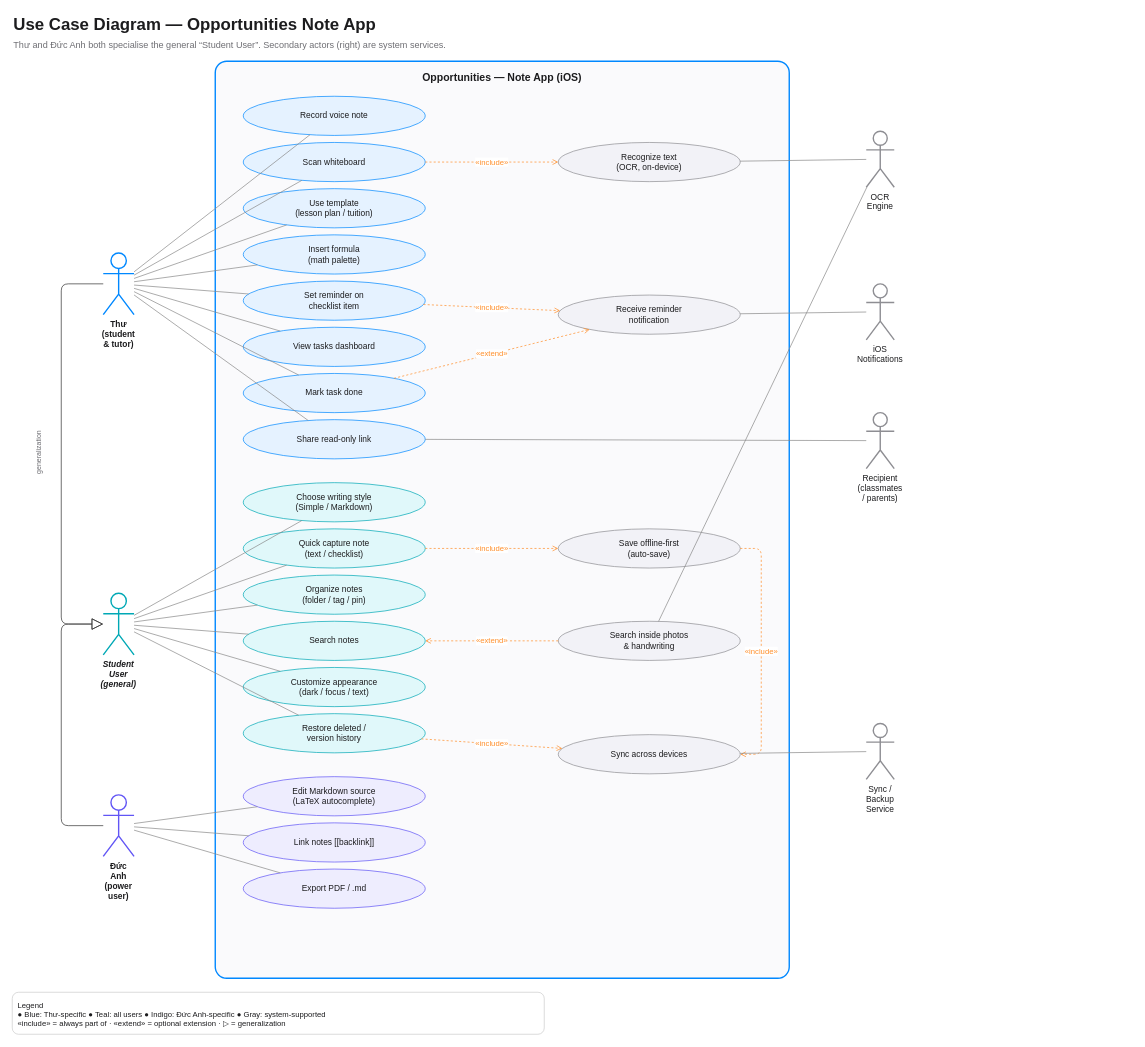
Above: page "1. Use Case" (1 of 9) of Opportunities-HCI-diagrams.drawio in AkioCkist/hci (draw.io), before the change. Source tidied: cells renumbered, new cells numbered last; positions are measured from the earlier drawing's top-left corner, leaving out a move shared by most shapes. Both pictures are drawn from the tidied source at 70%, with x=0, y=0 at pixel (12, 12).
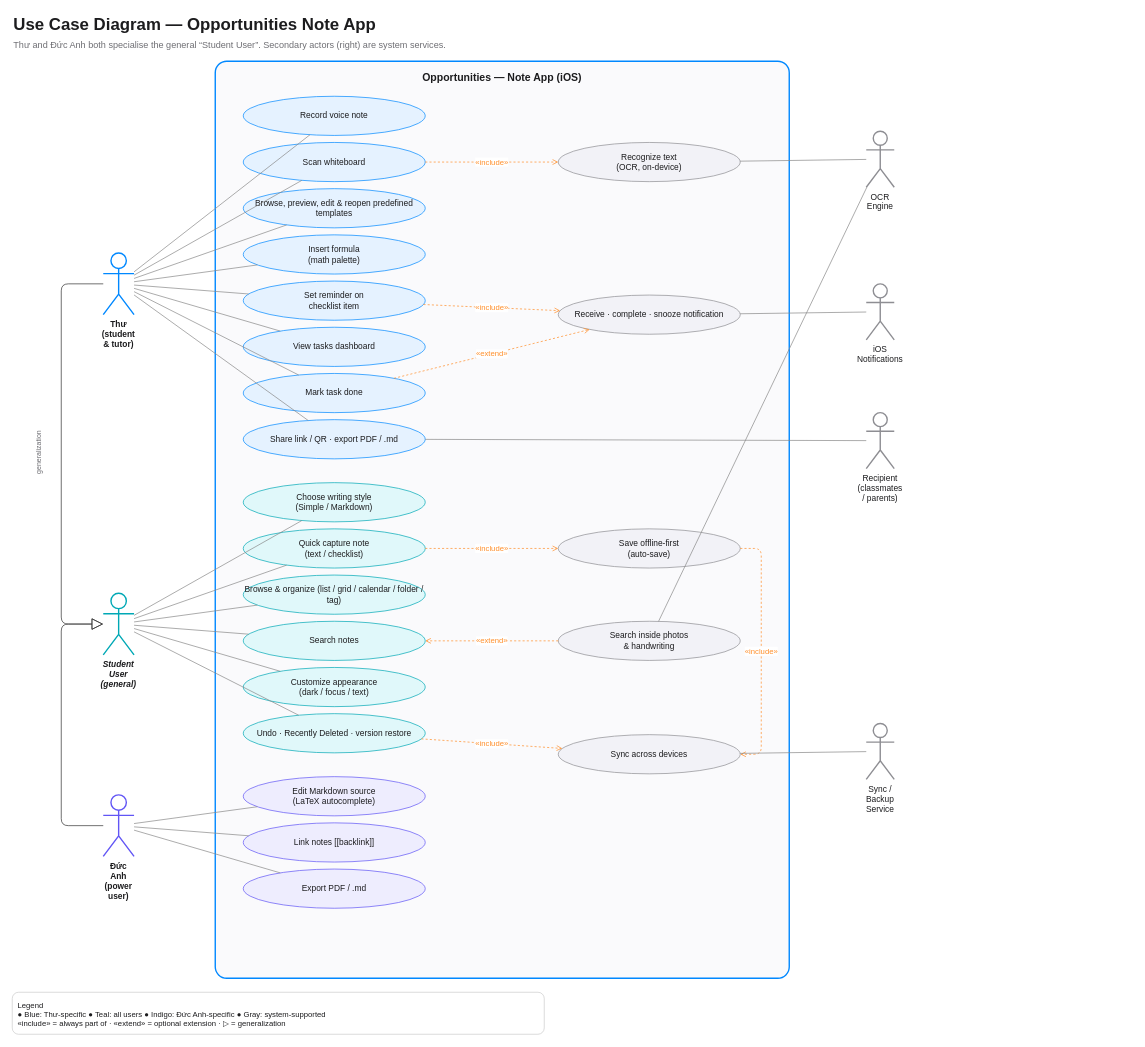
Above is the later version.

Change to the diagram source:
```diff
@@
-    <mxCell id="7" value="Use template&lt;br&gt;(lesson plan / tuition)" style="html=1;whiteSpace=wrap;fontFamily=Helvetica;fontColor=#1C1C1E;ellipse;fillColor=#E5F2FF;strokeColor=#0088FF;fontSize=12;" parent="1" vertex="1">
+    <mxCell id="7" value="Browse, preview, edit &amp; reopen predefined templates" style="html=1;whiteSpace=wrap;fontFamily=Helvetica;fontColor=#1C1C1E;ellipse;fillColor=#E5F2FF;strokeColor=#0088FF;fontSize=12;" parent="1" vertex="1">
       <mxGeometry x="330" y="252" width="260" height="56" as="geometry" />
     </mxCell>
@@
-    <mxCell id="12" value="Share read-only link" style="html=1;whiteSpace=wrap;fontFamily=Helvetica;fontColor=#1C1C1E;ellipse;fillColor=#E5F2FF;strokeColor=#0088FF;fontSize=12;" parent="1" vertex="1">
+    <mxCell id="12" value="Share link / QR · export PDF / .md" style="html=1;whiteSpace=wrap;fontFamily=Helvetica;fontColor=#1C1C1E;ellipse;fillColor=#E5F2FF;strokeColor=#0088FF;fontSize=12;" parent="1" vertex="1">
       <mxGeometry x="330" y="582" width="260" height="56" as="geometry" />
     </mxCell>
@@
-    <mxCell id="15" value="Organize notes&lt;br&gt;(folder / tag / pin)" style="html=1;whiteSpace=wrap;fontFamily=Helvetica;fontColor=#1C1C1E;ellipse;fillColor=#E0F8FA;strokeColor=#00A8B5;fontSize=12;" parent="1" vertex="1">
+    <mxCell id="15" value="Browse &amp; organize (list / grid / calendar / folder / tag)" style="html=1;whiteSpace=wrap;fontFamily=Helvetica;fontColor=#1C1C1E;ellipse;fillColor=#E0F8FA;strokeColor=#00A8B5;fontSize=12;" parent="1" vertex="1">
       <mxGeometry x="330" y="804" width="260" height="56" as="geometry" />
     </mxCell>
@@
-    <mxCell id="18" value="Restore deleted /&lt;br&gt;version history" style="html=1;whiteSpace=wrap;fontFamily=Helvetica;fontColor=#1C1C1E;ellipse;fillColor=#E0F8FA;strokeColor=#00A8B5;fontSize=12;" parent="1" vertex="1">
+    <mxCell id="18" value="Undo · Recently Deleted · version restore" style="html=1;whiteSpace=wrap;fontFamily=Helvetica;fontColor=#1C1C1E;ellipse;fillColor=#E0F8FA;strokeColor=#00A8B5;fontSize=12;" parent="1" vertex="1">
       <mxGeometry x="330" y="1002" width="260" height="56" as="geometry" />
     </mxCell>
@@
-    <mxCell id="46" value="Receive reminder&lt;br&gt;notification" style="html=1;whiteSpace=wrap;fontFamily=Helvetica;fontColor=#1C1C1E;ellipse;fillColor=#F2F2F7;strokeColor=#8E8E93;fontSize=12;" parent="1" vertex="1">
+    <mxCell id="46" value="Receive · complete · snooze notification" style="html=1;whiteSpace=wrap;fontFamily=Helvetica;fontColor=#1C1C1E;ellipse;fillColor=#F2F2F7;strokeColor=#8E8E93;fontSize=12;" parent="1" vertex="1">
       <mxGeometry x="780" y="404" width="260" height="56" as="geometry" />
     </mxCell>
```
